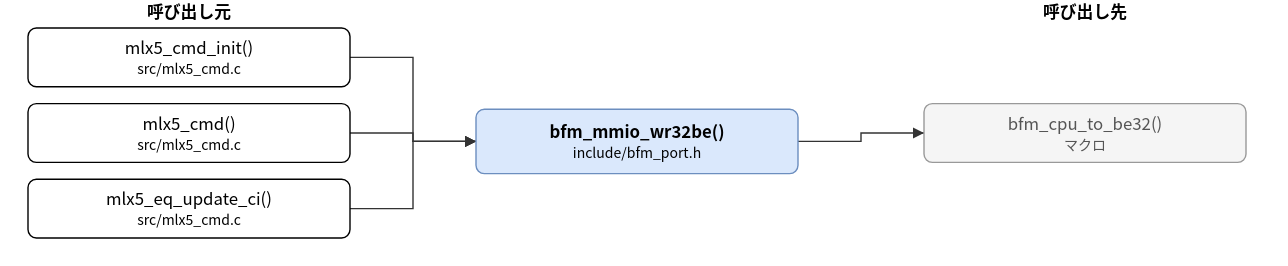
Earlier version of the draw.io export doc/spec/images/call_include_bfm_port-bfm_mmio_wr32be.drawio.svg (hf355051012-ai/bfmem). Source tidied: cells renumbered, new cells last; positions are measured from the earlier drawing's top-left corner, leaving out a move shared by most shapes.
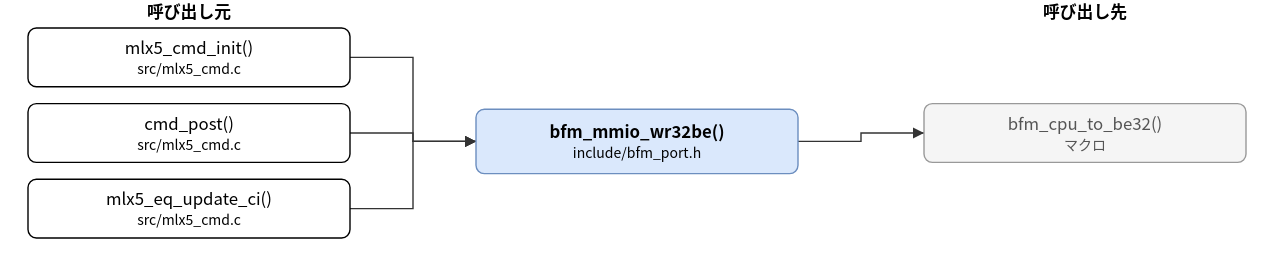
After the change.

What changed in the source:
```diff
@@ -8,7 +8,7 @@
     <mxCell id="3" value="mlx5_cmd_init()&lt;br&gt;&lt;font style=&quot;font-size:10px&quot;&gt;src/mlx5_cmd.c&lt;/font&gt;" style="rounded=1;whiteSpace=wrap;html=1;" parent="1" vertex="1">
       <mxGeometry y="20" width="230" height="42" as="geometry" />
     </mxCell>
-    <mxCell id="4" value="mlx5_cmd()&lt;br&gt;&lt;font style=&quot;font-size:10px&quot;&gt;src/mlx5_cmd.c&lt;/font&gt;" style="rounded=1;whiteSpace=wrap;html=1;" parent="1" vertex="1">
+    <mxCell id="4" value="cmd_post()&lt;br&gt;&lt;font style=&quot;font-size:10px&quot;&gt;src/mlx5_cmd.c&lt;/font&gt;" style="rounded=1;whiteSpace=wrap;html=1;" parent="1" vertex="1">
       <mxGeometry y="74" width="230" height="42" as="geometry" />
     </mxCell>
     <mxCell id="5" value="mlx5_eq_update_ci()&lt;br&gt;&lt;font style=&quot;font-size:10px&quot;&gt;src/mlx5_cmd.c&lt;/font&gt;" style="rounded=1;whiteSpace=wrap;html=1;" parent="1" vertex="1">
```
